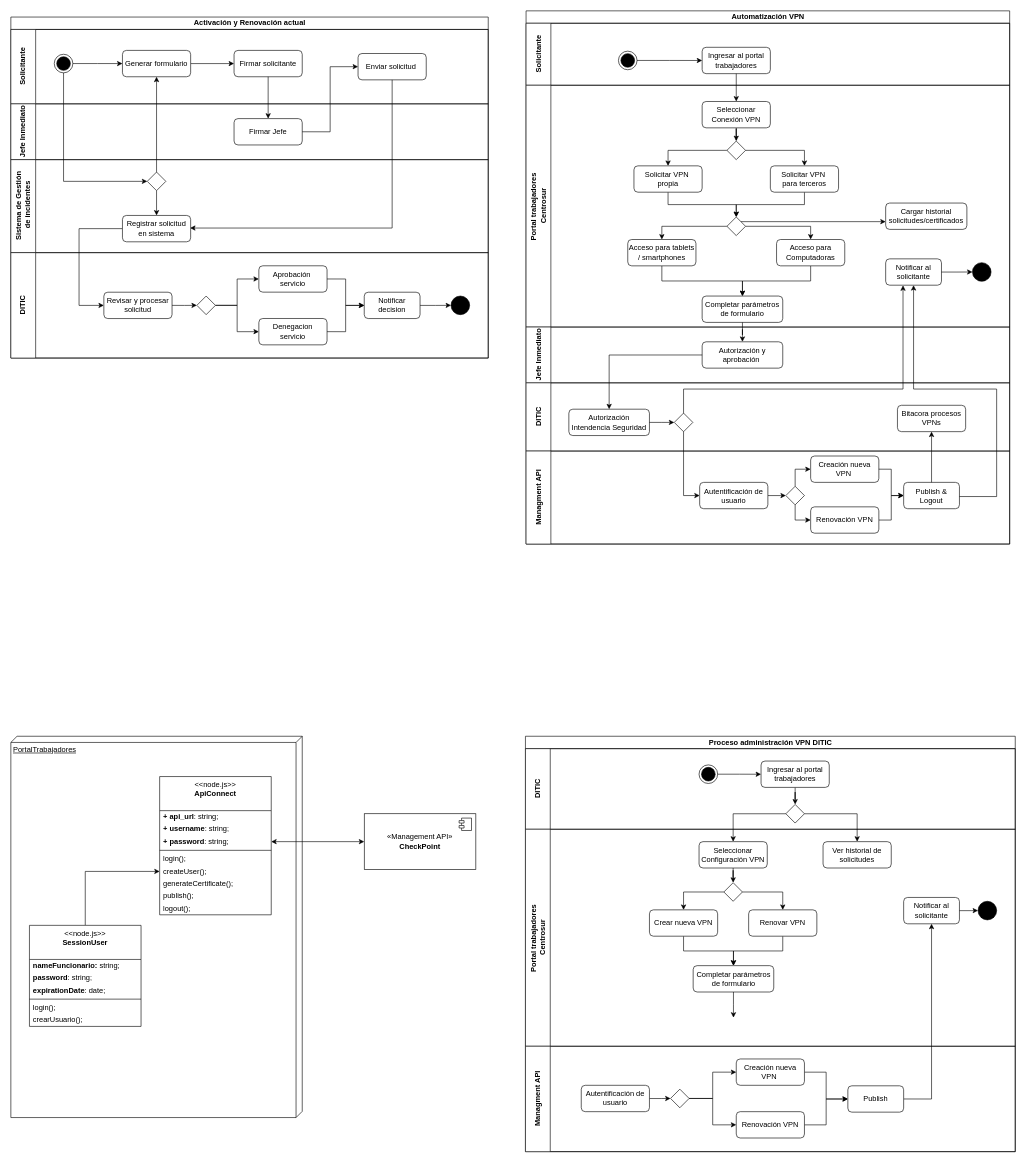
This is automatizacion-VPN.drawio from bboythian/centrosur-pasantia, a draw.io file, before an edit. Source tidied: cells renumbered, new cells numbered last; positions are measured from the earlier drawing's top-left corner, leaving out a move shared by most shapes. Both pictures are drawn from the tidied source at 62%, with x=0, y=0 at pixel (11, 11).
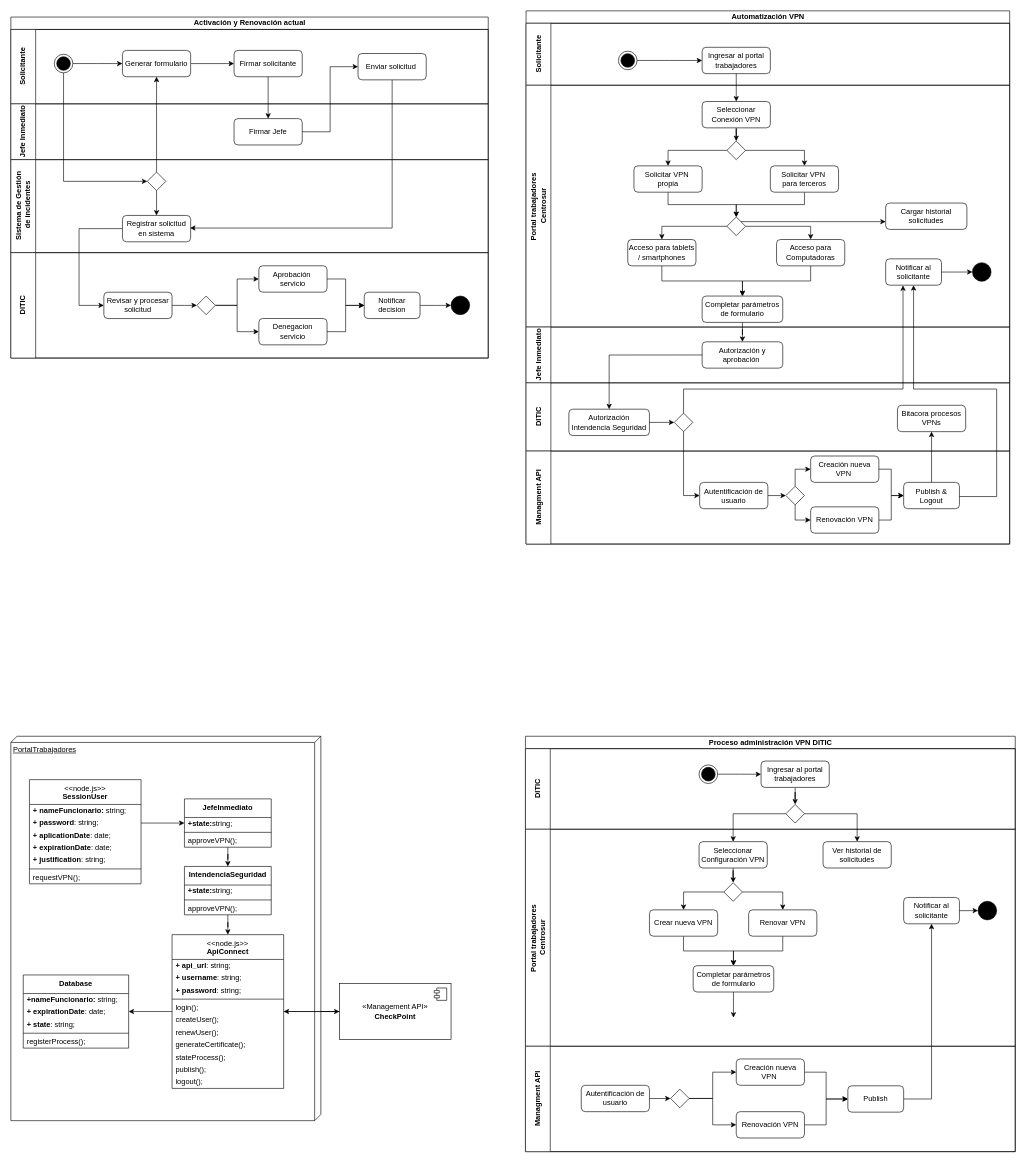
Above is the later version.

Unchanged cells that the change refers to:
```xml
<mxCell id="40" value="Portal trabajadores&amp;nbsp;&lt;div&gt;Centrosur&lt;/div&gt;" style="swimlane;startSize=40;horizontal=0;html=1;" parent="35" vertex="1">
  <mxGeometry y="120" width="780" height="390" as="geometry" />
</mxCell>
```

Change to the diagram source:
```diff
@@
-    <mxCell id="55" value="Cargar historial solicitudes/certificados" style="rounded=1;whiteSpace=wrap;html=1;" parent="40" vertex="1">
+    <mxCell id="55" value="Cargar historial solicitudes" style="rounded=1;whiteSpace=wrap;html=1;" parent="40" vertex="1">
       <mxGeometry x="580" y="190" width="131" height="42.5" as="geometry" />
     </mxCell>
@@
+    <mxCell id="148" style="edgeStyle=orthogonalEdgeStyle;rounded=0;jettySize=auto;html=1;" parent="1" edge="1" source="126" target="129">
+      <mxGeometry relative="1" as="geometry" />
+    </mxCell>
     <mxCell id="126" value="«Management API»&lt;br&gt;&lt;b&gt;CheckPoint&lt;/b&gt;" style="html=1;whiteSpace=wrap;" parent="1" vertex="1">
-      <mxGeometry x="570" y="1295" width="180" height="90" as="geometry" />
+      <mxGeometry x="530" y="1569" width="180" height="90" as="geometry" />
     </mxCell>
@@
     <mxCell id="128" value="PortalTrabajadores" style="verticalAlign=top;align=left;spacingTop=8;spacingLeft=2;spacingRight=12;shape=cube;size=10;direction=south;fontStyle=4;html=1;whiteSpace=wrap;" parent="1" vertex="1">
-      <mxGeometry y="1170" width="470" height="615" as="geometry" />
+      <mxGeometry y="1170" width="500" height="620" as="geometry" />
     </mxCell>
+    <mxCell id="149" style="edgeStyle=orthogonalEdgeStyle;rounded=0;jettySize=auto;html=1;" parent="1" edge="1" source="129" target="165">
+      <mxGeometry relative="1" as="geometry" />
+    </mxCell>
-    <mxCell id="129" value="&amp;lt;&amp;lt;node.js&amp;gt;&amp;gt;&lt;br&gt;&lt;b&gt;ApiConnect&lt;/b&gt;" style="swimlane;fontStyle=0;align=center;verticalAlign=top;horizontal=1;startSize=55;html=1;whiteSpace=wrap;" parent="1" vertex="1">
-      <mxGeometry x="240" y="1235" width="180" height="223" as="geometry" />
+    <mxCell id="129" value="&amp;lt;&amp;lt;node.js&amp;gt;&amp;gt;&lt;br&gt;&lt;b&gt;ApiConnect&lt;/b&gt;" style="swimlane;fontStyle=0;align=center;verticalAlign=top;horizontal=1;startSize=40;html=1;whiteSpace=wrap;" parent="1" vertex="1">
+      <mxGeometry x="260" y="1490" width="180" height="248" as="geometry" />
     </mxCell>
     <mxCell id="130" value="&lt;b&gt;+ api_url&lt;/b&gt;: string;" style="text;html=1;strokeColor=none;fillColor=none;align=left;verticalAlign=middle;spacingLeft=4;spacingRight=4;overflow=hidden;whiteSpace=wrap;" parent="129" vertex="1">
-      <mxGeometry y="55" width="180" height="20" as="geometry" />
+      <mxGeometry y="40" width="180" height="20" as="geometry" />
     </mxCell>
     <mxCell id="131" value="&lt;b&gt;+ username&lt;/b&gt;: string;" style="text;html=1;strokeColor=none;fillColor=none;align=left;verticalAlign=middle;spacingLeft=4;spacingRight=4;overflow=hidden;whiteSpace=wrap;" parent="129" vertex="1">
-      <mxGeometry y="75" width="180" height="20" as="geometry" />
+      <mxGeometry y="60" width="180" height="20" as="geometry" />
     </mxCell>
     <mxCell id="132" value="&lt;b&gt;+ password&lt;/b&gt;: string;" style="text;html=1;strokeColor=none;fillColor=none;align=left;verticalAlign=middle;spacingLeft=4;spacingRight=4;overflow=hidden;points=[[0,0.5],[1,0.5]];portConstraint=eastwest;whiteSpace=wrap;" parent="129" vertex="1">
-      <mxGeometry y="95" width="180" height="20" as="geometry" />
+      <mxGeometry y="80" width="180" height="20" as="geometry" />
     </mxCell>
     <mxCell id="133" style="line;strokeWidth=1;fillColor=none;align=left;verticalAlign=middle;spacingTop=-1;spacingLeft=3;spacingRight=3;labelPosition=right;" parent="129" vertex="1">
-      <mxGeometry y="115" width="180" height="8" as="geometry" />
+      <mxGeometry y="100" width="180" height="8" as="geometry" />
     </mxCell>
     <mxCell id="134" value="login();" style="text;html=1;strokeColor=none;fillColor=none;align=left;verticalAlign=middle;spacingLeft=4;spacingRight=4;overflow=hidden;whiteSpace=wrap;" parent="129" vertex="1">
-      <mxGeometry y="123" width="180" height="20" as="geometry" />
+      <mxGeometry y="108" width="180" height="20" as="geometry" />
     </mxCell>
     <mxCell id="135" value="createUser();" style="text;html=1;strokeColor=none;fillColor=none;align=left;verticalAlign=middle;spacingLeft=4;spacingRight=4;overflow=hidden;points=[[0,0.5],[1,0.5]];portConstraint=eastwest;whiteSpace=wrap;" parent="129" vertex="1">
-      <mxGeometry y="143" width="180" height="20" as="geometry" />
+      <mxGeometry y="128" width="180" height="20" as="geometry" />
     </mxCell>
+    <mxCell id="150" value="renewUser();" style="text;html=1;strokeColor=none;fillColor=none;align=left;verticalAlign=middle;spacingLeft=4;spacingRight=4;overflow=hidden;whiteSpace=wrap;" parent="129" vertex="1">
+      <mxGeometry y="148" width="180" height="20" as="geometry" />
+    </mxCell>
     <mxCell id="136" value="generateCertificate();" style="text;html=1;strokeColor=none;fillColor=none;align=left;verticalAlign=middle;spacingLeft=4;spacingRight=4;overflow=hidden;whiteSpace=wrap;" parent="129" vertex="1">
-      <mxGeometry y="163" width="180" height="20" as="geometry" />
+      <mxGeometry y="168" width="180" height="20" as="geometry" />
     </mxCell>
+    <mxCell id="151" value="stateProcess();" style="text;html=1;strokeColor=none;fillColor=none;align=left;verticalAlign=middle;spacingLeft=4;spacingRight=4;overflow=hidden;whiteSpace=wrap;" parent="129" vertex="1">
+      <mxGeometry y="188" width="180" height="20" as="geometry" />
+    </mxCell>
     <mxCell id="137" value="publish();" style="text;html=1;strokeColor=none;fillColor=none;align=left;verticalAlign=middle;spacingLeft=4;spacingRight=4;overflow=hidden;whiteSpace=wrap;" parent="129" vertex="1">
-      <mxGeometry y="183" width="180" height="20" as="geometry" />
+      <mxGeometry y="208" width="180" height="20" as="geometry" />
     </mxCell>
     <mxCell id="138" value="logout();" style="text;html=1;strokeColor=none;fillColor=none;align=left;verticalAlign=middle;spacingLeft=4;spacingRight=4;overflow=hidden;whiteSpace=wrap;" parent="129" vertex="1">
-      <mxGeometry y="203" width="180" height="20" as="geometry" />
+      <mxGeometry y="228" width="180" height="20" as="geometry" />
     </mxCell>
-    <mxCell id="139" style="edgeStyle=orthogonalEdgeStyle;rounded=0;jettySize=auto;html=1;entryX=0;entryY=0.5;entryDx=0;entryDy=0;" parent="1" edge="1" source="140" target="135">
+    <mxCell id="139" style="edgeStyle=orthogonalEdgeStyle;rounded=0;jettySize=auto;html=1;exitX=1;exitY=0.5;exitDx=0;exitDy=0;" parent="1" edge="1" source="142" target="156">
       <mxGeometry relative="1" as="geometry" />
     </mxCell>
-    <mxCell id="140" value="&amp;lt;&amp;lt;node.js&amp;gt;&amp;gt;&lt;br&gt;&lt;b&gt;SessionUser&lt;/b&gt;" style="swimlane;fontStyle=0;align=center;verticalAlign=top;horizontal=1;startSize=55;html=1;whiteSpace=wrap;" parent="1" vertex="1">
-      <mxGeometry x="30" y="1475" width="180" height="163" as="geometry" />
+    <mxCell id="140" value="&amp;lt;&amp;lt;node.js&amp;gt;&amp;gt;&lt;br&gt;&lt;b&gt;SessionUser&lt;/b&gt;" style="swimlane;fontStyle=0;align=center;verticalAlign=top;horizontal=1;startSize=40;html=1;whiteSpace=wrap;" parent="1" vertex="1">
+      <mxGeometry x="30" y="1240" width="180" height="168" as="geometry" />
     </mxCell>
-    <mxCell id="141" value="&lt;b&gt;nameFuncionario: &lt;/b&gt;string;" style="text;html=1;strokeColor=none;fillColor=none;align=left;verticalAlign=middle;spacingLeft=4;spacingRight=4;overflow=hidden;whiteSpace=wrap;" parent="140" vertex="1">
-      <mxGeometry y="55" width="180" height="20" as="geometry" />
+    <mxCell id="141" value="&lt;b&gt;+ nameFuncionario: &lt;/b&gt;string;" style="text;html=1;strokeColor=none;fillColor=none;align=left;verticalAlign=middle;spacingLeft=4;spacingRight=4;overflow=hidden;whiteSpace=wrap;" parent="140" vertex="1">
+      <mxGeometry y="40" width="180" height="20" as="geometry" />
     </mxCell>
-    <mxCell id="142" value="&lt;b&gt;password&lt;/b&gt;: string;" style="text;html=1;strokeColor=none;fillColor=none;align=left;verticalAlign=middle;spacingLeft=4;spacingRight=4;overflow=hidden;points=[[0,0.5],[1,0.5]];portConstraint=eastwest;whiteSpace=wrap;" parent="140" vertex="1">
-      <mxGeometry y="75" width="180" height="20" as="geometry" />
+    <mxCell id="142" value="&lt;b&gt;+ password&lt;/b&gt;: string;" style="text;html=1;strokeColor=none;fillColor=none;align=left;verticalAlign=middle;spacingLeft=4;spacingRight=4;overflow=hidden;points=[[0,0.5],[1,0.5]];portConstraint=eastwest;whiteSpace=wrap;" parent="140" vertex="1">
+      <mxGeometry y="60" width="180" height="20" as="geometry" />
     </mxCell>
+    <mxCell id="152" value="&lt;b&gt;+ aplicationDate&lt;/b&gt;: date;" style="text;html=1;strokeColor=none;fillColor=none;align=left;verticalAlign=middle;spacingLeft=4;spacingRight=4;overflow=hidden;whiteSpace=wrap;" parent="140" vertex="1">
+      <mxGeometry y="80" width="180" height="20" as="geometry" />
+    </mxCell>
-    <mxCell id="143" value="&lt;b&gt;expirationDate&lt;/b&gt;: date;" style="text;html=1;strokeColor=none;fillColor=none;align=left;verticalAlign=middle;spacingLeft=4;spacingRight=4;overflow=hidden;whiteSpace=wrap;" parent="140" vertex="1">
-      <mxGeometry y="95" width="180" height="20" as="geometry" />
+    <mxCell id="143" value="&lt;b&gt;+ expirationDate&lt;/b&gt;: date;" style="text;html=1;strokeColor=none;fillColor=none;align=left;verticalAlign=middle;spacingLeft=4;spacingRight=4;overflow=hidden;whiteSpace=wrap;" parent="140" vertex="1">
+      <mxGeometry y="100" width="180" height="20" as="geometry" />
     </mxCell>
+    <mxCell id="153" value="&lt;b&gt;+ justification&lt;/b&gt;: string;" style="text;html=1;strokeColor=none;fillColor=none;align=left;verticalAlign=middle;spacingLeft=4;spacingRight=4;overflow=hidden;whiteSpace=wrap;" parent="140" vertex="1">
+      <mxGeometry y="120" width="180" height="20" as="geometry" />
+    </mxCell>
     <mxCell id="144" style="line;strokeWidth=1;fillColor=none;align=left;verticalAlign=middle;spacingTop=-1;spacingLeft=3;spacingRight=3;labelPosition=right;" parent="140" vertex="1">
-      <mxGeometry y="115" width="180" height="8" as="geometry" />
+      <mxGeometry y="140" width="180" height="8" as="geometry" />
     </mxCell>
-    <mxCell id="145" value="login();" style="text;html=1;strokeColor=none;fillColor=none;align=left;verticalAlign=middle;spacingLeft=4;spacingRight=4;overflow=hidden;whiteSpace=wrap;" parent="140" vertex="1">
-      <mxGeometry y="123" width="180" height="20" as="geometry" />
-    </mxCell>
-    <mxCell id="146" value="crearUsuario();" style="text;html=1;strokeColor=none;fillColor=none;align=left;verticalAlign=middle;spacingLeft=4;spacingRight=4;overflow=hidden;whiteSpace=wrap;" parent="140" vertex="1">
-      <mxGeometry y="143" width="180" height="20" as="geometry" />
-    </mxCell>
-    <mxCell id="147" style="endArrow=classic;startArrow=classic;html=1;rounded=0;exitX=1;exitY=0.5;exitDx=0;exitDy=0;entryX=0;entryY=0.5;entryDx=0;entryDy=0;" parent="1" edge="1" source="132" target="126">
-      <mxGeometry relative="1" as="geometry" />
-    </mxCell>
+    <mxCell id="154" value="requestVPN();" style="text;html=1;strokeColor=none;fillColor=none;align=left;verticalAlign=middle;spacingLeft=4;spacingRight=4;overflow=hidden;whiteSpace=wrap;" parent="140" vertex="1">
+      <mxGeometry y="148" width="180" height="20" as="geometry" />
+    </mxCell>
+    <mxCell id="155" style="edgeStyle=orthogonalEdgeStyle;rounded=0;jettySize=auto;html=1;entryX=0.5;entryY=0;entryDx=0;entryDy=0;" parent="1" edge="1" source="156" target="161">
+      <mxGeometry relative="1" as="geometry" />
+    </mxCell>
+    <mxCell id="156" value="&lt;b&gt;JefeInmediato&lt;/b&gt;" style="swimlane;fontStyle=0;align=center;verticalAlign=top;horizontal=1;startSize=30;html=1;whiteSpace=wrap;" parent="1" vertex="1">
+      <mxGeometry x="280" y="1271" width="140" height="78" as="geometry" />
+    </mxCell>
+    <mxCell id="157" value="&lt;b&gt;+state:&lt;/b&gt;string;" style="text;html=1;strokeColor=none;fillColor=none;align=left;verticalAlign=middle;spacingLeft=4;spacingRight=4;overflow=hidden;whiteSpace=wrap;" parent="156" vertex="1">
+      <mxGeometry y="30" width="140" height="20" as="geometry" />
+    </mxCell>
+    <mxCell id="158" style="line;strokeWidth=1;fillColor=none;align=left;verticalAlign=middle;spacingTop=-1;spacingLeft=3;spacingRight=3;labelPosition=right;" parent="156" vertex="1">
+      <mxGeometry y="50" width="140" height="8" as="geometry" />
+    </mxCell>
+    <mxCell id="159" value="approveVPN();" style="text;html=1;strokeColor=none;fillColor=none;align=left;verticalAlign=middle;spacingLeft=4;spacingRight=4;overflow=hidden;whiteSpace=wrap;" parent="156" vertex="1">
+      <mxGeometry y="58" width="140" height="20" as="geometry" />
+    </mxCell>
+    <mxCell id="160" style="edgeStyle=orthogonalEdgeStyle;rounded=0;jettySize=auto;html=1;" parent="1" edge="1" source="161" target="129">
+      <mxGeometry relative="1" as="geometry" />
+    </mxCell>
+    <mxCell id="161" value="&lt;b&gt;IntendenciaSeguridad&lt;/b&gt;" style="swimlane;fontStyle=0;align=center;verticalAlign=top;horizontal=1;startSize=30;html=1;whiteSpace=wrap;" parent="1" vertex="1">
+      <mxGeometry x="280" y="1380" width="140" height="78" as="geometry" />
+    </mxCell>
+    <mxCell id="162" value="&lt;b&gt;+state:&lt;/b&gt;string;" style="text;html=1;strokeColor=none;fillColor=none;align=left;verticalAlign=middle;spacingLeft=4;spacingRight=4;overflow=hidden;whiteSpace=wrap;" parent="161" vertex="1">
+      <mxGeometry y="30" width="140" height="20" as="geometry" />
+    </mxCell>
+    <mxCell id="163" style="line;strokeWidth=1;fillColor=none;align=left;verticalAlign=middle;spacingTop=-1;spacingLeft=3;spacingRight=3;labelPosition=right;" parent="161" vertex="1">
+      <mxGeometry y="50" width="140" height="8" as="geometry" />
+    </mxCell>
+    <mxCell id="164" value="approveVPN();" style="text;html=1;strokeColor=none;fillColor=none;align=left;verticalAlign=middle;spacingLeft=4;spacingRight=4;overflow=hidden;whiteSpace=wrap;" parent="161" vertex="1">
+      <mxGeometry y="58" width="140" height="20" as="geometry" />
+    </mxCell>
+    <mxCell id="165" value="&lt;b&gt;Database&lt;/b&gt;" style="swimlane;fontStyle=0;align=center;verticalAlign=top;horizontal=1;startSize=30;html=1;whiteSpace=wrap;" parent="1" vertex="1">
+      <mxGeometry x="20" y="1555" width="170" height="118" as="geometry" />
+    </mxCell>
+    <mxCell id="166" value="&lt;b&gt;+nameFuncionario: &lt;/b&gt;string;" style="text;html=1;strokeColor=none;fillColor=none;align=left;verticalAlign=middle;spacingLeft=4;spacingRight=4;overflow=hidden;whiteSpace=wrap;" parent="165" vertex="1">
+      <mxGeometry y="30" width="170" height="20" as="geometry" />
+    </mxCell>
+    <mxCell id="167" value="&lt;b&gt;+ expirationDate&lt;/b&gt;: date;" style="text;html=1;strokeColor=none;fillColor=none;align=left;verticalAlign=middle;spacingLeft=4;spacingRight=4;overflow=hidden;whiteSpace=wrap;" parent="165" vertex="1">
+      <mxGeometry y="50" width="170" height="20" as="geometry" />
+    </mxCell>
+    <mxCell id="168" value="&lt;b&gt;+ state&lt;/b&gt;: string;" style="text;html=1;strokeColor=none;fillColor=none;align=left;verticalAlign=middle;spacingLeft=4;spacingRight=4;overflow=hidden;whiteSpace=wrap;" parent="165" vertex="1">
+      <mxGeometry y="70" width="170" height="20" as="geometry" />
+    </mxCell>
+    <mxCell id="169" style="line;strokeWidth=1;fillColor=none;align=left;verticalAlign=middle;spacingTop=-1;spacingLeft=3;spacingRight=3;labelPosition=right;" parent="165" vertex="1">
+      <mxGeometry y="90" width="170" height="8" as="geometry" />
+    </mxCell>
+    <mxCell id="170" value="registerProcess();" style="text;html=1;strokeColor=none;fillColor=none;align=left;verticalAlign=middle;spacingLeft=4;spacingRight=4;overflow=hidden;whiteSpace=wrap;" parent="165" vertex="1">
+      <mxGeometry y="98" width="170" height="20" as="geometry" />
+    </mxCell>
+    <mxCell id="171" style="edgeStyle=orthogonalEdgeStyle;rounded=0;orthogonalLoop=1;jettySize=auto;html=1;" parent="1" edge="1">
+      <mxGeometry relative="1" as="geometry">
+        <mxPoint x="440" y="1614" as="sourcePoint" />
+        <mxPoint x="530" y="1614" as="targetPoint" />
+      </mxGeometry>
+    </mxCell>
+    <mxCell id="172" style="edgeStyle=orthogonalEdgeStyle;rounded=0;jettySize=auto;html=1;" parent="1" edge="1" source="126" target="129">
+      <mxGeometry relative="1" as="geometry" />
+    </mxCell>
```
